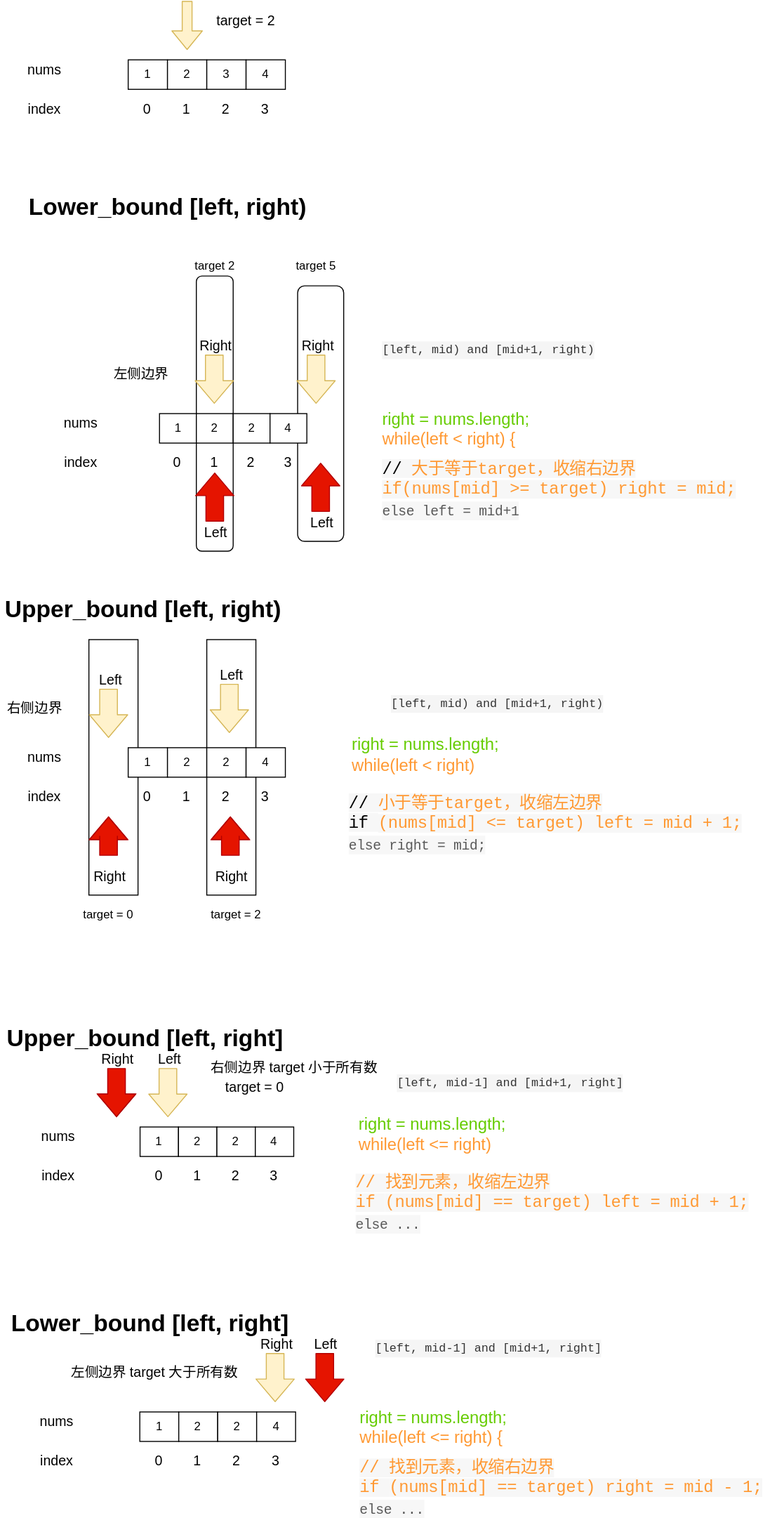
Before: algorithm/graphs/binarySearch.drawio.svg, a diagram exported from draw.io (fangzhzh/leetcode). Source tidied: cells renumbered, new cells last; positions are measured from the earlier drawing's top-left corner, leaving out a move shared by most shapes.
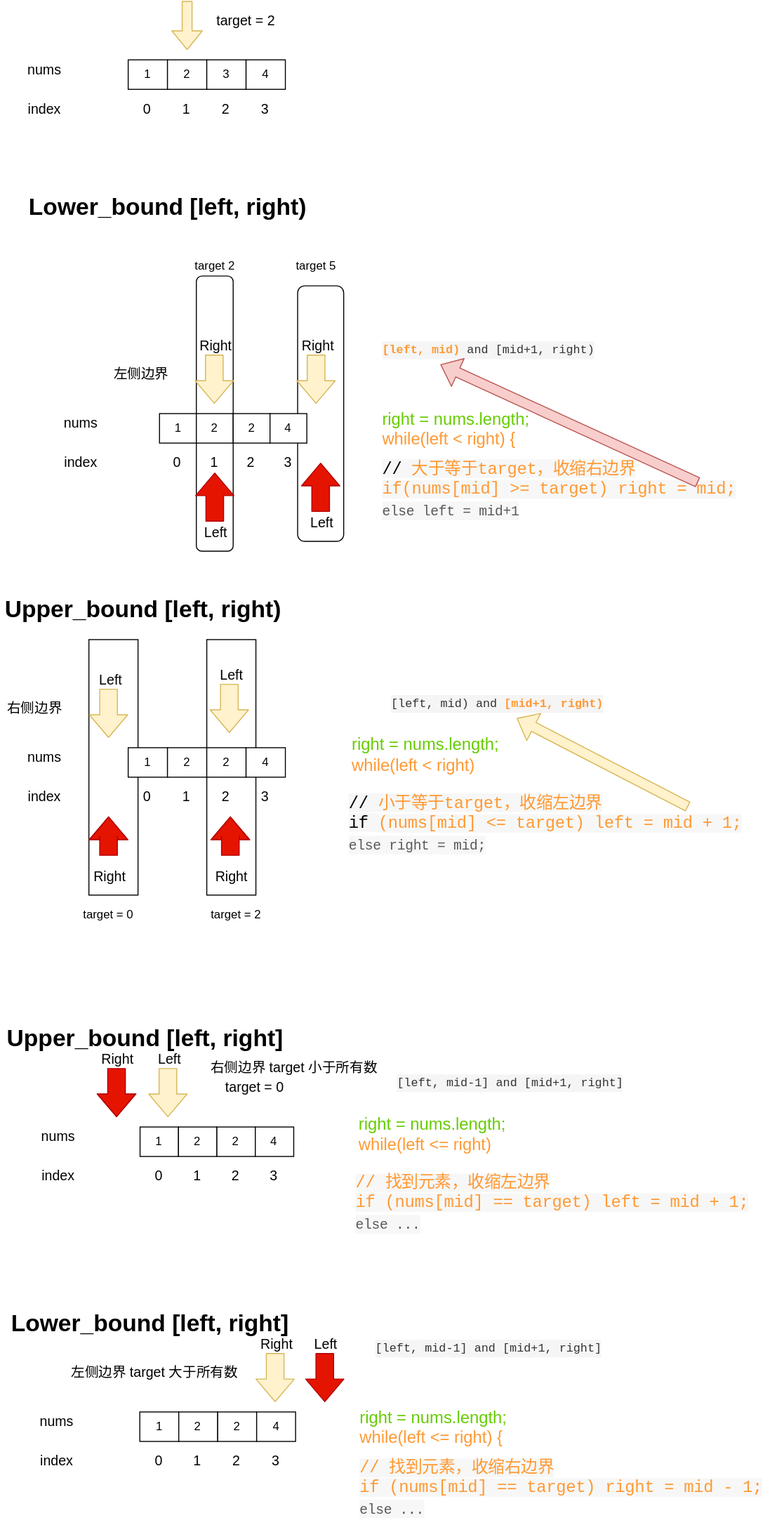
The same diagram one commit later.

The edit, as a diff of the source:
```diff
@@ -278,7 +278,7 @@
     <mxCell id="81" value="&lt;font color=&quot;#66cc00&quot;&gt;right = nums.length;&lt;br&gt;&lt;/font&gt;&lt;div&gt;&lt;span&gt;&lt;font color=&quot;#ff9933&quot;&gt;while(left &amp;lt; right)&lt;/font&gt;&lt;/span&gt;&lt;/div&gt;" style="text;html=1;strokeColor=none;fillColor=none;align=left;verticalAlign=middle;whiteSpace=wrap;rounded=0;fontSize=17;" parent="61" vertex="1">
       <mxGeometry x="355.5" y="100" width="196" height="35" as="geometry" />
     </mxCell>
-    <mxCell id="82" value="&lt;div style=&quot;color: rgb(51 , 51 , 51) ; background-color: rgb(245 , 245 , 245) ; font-family: &amp;#34;menlo&amp;#34; , &amp;#34;monaco&amp;#34; , &amp;#34;courier new&amp;#34; , monospace ; font-weight: normal ; font-size: 12px ; line-height: 18px&quot;&gt;&lt;div&gt;&lt;span style=&quot;color: #333333&quot;&gt;[left, mid) and [mid+1, right)&lt;/span&gt;&lt;/div&gt;&lt;/div&gt;" style="text;whiteSpace=wrap;html=1;fontSize=17;" parent="61" vertex="1">
+    <mxCell id="82" value="&lt;div style=&quot;background-color: rgb(245 , 245 , 245) ; font-family: &amp;#34;menlo&amp;#34; , &amp;#34;monaco&amp;#34; , &amp;#34;courier new&amp;#34; , monospace ; font-size: 12px ; line-height: 18px&quot;&gt;&lt;div&gt;&lt;font color=&quot;#333333&quot;&gt;[left, mid) and &lt;/font&gt;&lt;b&gt;&lt;font color=&quot;#ff9933&quot;&gt;[mid+1, right)&lt;/font&gt;&lt;/b&gt;&lt;/div&gt;&lt;/div&gt;" style="text;whiteSpace=wrap;html=1;fontSize=17;" parent="61" vertex="1">
       <mxGeometry x="395.5" y="50" width="260" height="30" as="geometry" />
     </mxCell>
     <mxCell id="83" value="&lt;span class=&quot;hljs-keyword&quot; style=&quot;text-indent: 0px ; box-sizing: border-box ; line-height: 19px ; text-align: justify ; background-color: rgb(247 , 247 , 247)&quot;&gt;&lt;font color=&quot;#ff9933&quot;&gt;&lt;font color=&quot;#000000&quot; face=&quot;monospace&quot;&gt;&lt;span style=&quot;letter-spacing: -0.2px&quot;&gt;// &lt;/span&gt;&lt;/font&gt;&lt;font face=&quot;monospace&quot;&gt;&lt;span style=&quot;letter-spacing: -0.2px&quot;&gt;小于等于target，收缩左边界&lt;/span&gt;&lt;/font&gt;&lt;br&gt;&lt;font color=&quot;#000000&quot; face=&quot;monospace&quot;&gt;&lt;span style=&quot;letter-spacing: -0.2px&quot;&gt;if&lt;/span&gt;&lt;/font&gt;&lt;/font&gt;&lt;/span&gt;&lt;span style=&quot;color: rgb(0 , 0 , 0) ; font-size: 17px ; font-style: normal ; font-weight: 400 ; text-indent: 0px ; text-transform: none ; word-spacing: 0px ; font-family: monospace ; letter-spacing: -0.2px ; text-align: justify ; background-color: rgb(247 , 247 , 247)&quot;&gt;&lt;font color=&quot;#ff9933&quot; style=&quot;font-size: 17px&quot;&gt;&lt;span&gt;&amp;nbsp;&lt;/span&gt;(nums[mid] &amp;lt;= target) left = mid + 1;&lt;/font&gt;&lt;br&gt;&lt;span style=&quot;color: rgb(89 , 89 , 89) ; font-size: 14px&quot;&gt;else right = mid;&lt;/span&gt;&lt;/span&gt;" style="text;whiteSpace=wrap;html=1;fontSize=17;" parent="61" vertex="1">
@@ -382,7 +382,7 @@
     <mxCell id="108" value="&lt;font color=&quot;#66cc00&quot;&gt;right = nums.length;&lt;br&gt;&lt;/font&gt;&lt;div&gt;&lt;span&gt;&lt;font color=&quot;#ff9933&quot;&gt;while(left &amp;lt; right) {&lt;/font&gt;&lt;/span&gt;&lt;/div&gt;&lt;span class=&quot;hljs-keyword&quot; style=&quot;box-sizing: border-box ; color: rgb(170 , 13 , 145) ; font-size: 14px ; line-height: 19px ; letter-spacing: -0.2px ; font-family: monospace ; text-align: justify ; background-color: rgb(247 , 247 , 247)&quot;&gt;&amp;nbsp; &amp;nbsp;&amp;nbsp;&lt;/span&gt;&lt;span style=&quot;font-family: monospace ; letter-spacing: -0.2px ; text-align: justify ; background-color: rgb(247 , 247 , 247)&quot;&gt;&lt;br&gt;&lt;/span&gt;" style="text;html=1;strokeColor=none;fillColor=none;align=left;verticalAlign=top;whiteSpace=wrap;rounded=0;fontSize=17;" parent="91" vertex="1">
       <mxGeometry x="346.9" y="90" width="183.8" height="50" as="geometry" />
     </mxCell>
-    <mxCell id="109" value="&lt;div style=&quot;color: rgb(51 , 51 , 51) ; background-color: rgb(245 , 245 , 245) ; font-family: &amp;#34;menlo&amp;#34; , &amp;#34;monaco&amp;#34; , &amp;#34;courier new&amp;#34; , monospace ; font-weight: normal ; font-size: 12px ; line-height: 18px&quot;&gt;&lt;div&gt;&lt;span style=&quot;color: #333333&quot;&gt; [left, mid) and [mid+1, right)&lt;/span&gt;&lt;/div&gt;&lt;/div&gt;" style="text;whiteSpace=wrap;html=1;fontSize=17;" parent="91" vertex="1">
+    <mxCell id="109" value="&lt;div style=&quot;background-color: rgb(245 , 245 , 245) ; font-family: &amp;#34;menlo&amp;#34; , &amp;#34;monaco&amp;#34; , &amp;#34;courier new&amp;#34; , monospace ; font-size: 12px ; line-height: 18px&quot;&gt;&lt;div&gt;&lt;b&gt;&lt;font color=&quot;#ff9933&quot;&gt; [left, mid) &lt;/font&gt;&lt;/b&gt;&lt;font color=&quot;#333333&quot;&gt;and [mid+1, right)&lt;/font&gt;&lt;/div&gt;&lt;/div&gt;" style="text;whiteSpace=wrap;html=1;fontSize=17;" parent="91" vertex="1">
       <mxGeometry x="346.9" y="20" width="243.8" height="30" as="geometry" />
     </mxCell>
     <mxCell id="110" value="&lt;span class=&quot;hljs-keyword&quot; style=&quot;text-indent: 0px ; box-sizing: border-box ; line-height: 19px ; text-align: justify ; background-color: rgb(247 , 247 , 247)&quot;&gt;&lt;font color=&quot;#ff9933&quot;&gt;&lt;font color=&quot;#000000&quot; face=&quot;monospace&quot;&gt;&lt;span style=&quot;letter-spacing: -0.2px&quot;&gt;// &lt;/span&gt;&lt;/font&gt;&lt;font face=&quot;monospace&quot;&gt;&lt;span style=&quot;letter-spacing: -0.2px&quot;&gt;大于等于target，收缩右边界&lt;/span&gt;&lt;/font&gt;&lt;br&gt;&lt;/font&gt;&lt;/span&gt;&lt;span style=&quot;font-size: 17px ; font-style: normal ; font-weight: 400 ; text-indent: 0px ; text-transform: none ; word-spacing: 0px ; font-family: monospace ; letter-spacing: -0.2px ; text-align: justify ; background-color: rgb(247 , 247 , 247) ; color: rgb(0 , 0 , 0)&quot;&gt;&lt;font color=&quot;#ff9933&quot; style=&quot;font-size: 17px&quot;&gt;if(nums[mid] &amp;gt;= target) right = mid;&lt;/font&gt;&lt;br&gt;&lt;span style=&quot;color: rgb(89 , 89 , 89) ; font-size: 14px&quot;&gt;else left = mid+1&lt;/span&gt;&lt;/span&gt;" style="text;whiteSpace=wrap;html=1;fontSize=17;" parent="91" vertex="1">
@@ -399,6 +399,11 @@
         <mxPoint x="-2" y="-25" as="offset" />
       </mxGeometry>
     </mxCell>
+    <mxCell id="122" style="shape=flexArrow;endArrow=classic;html=1;entryX=0.25;entryY=1;entryDx=0;entryDy=0;fillColor=#f8cecc;strokeColor=#b85450;" parent="91" edge="1" target="109">
+      <mxGeometry relative="1" as="geometry">
+        <mxPoint x="670" y="170" as="sourcePoint" />
+      </mxGeometry>
+    </mxCell>
     <mxCell id="113" style="shape=flexArrow;endArrow=classic;html=1;fillColor=#fff2cc;strokeColor=#d6b656;width=18;endSize=7.33;" parent="89" edge="1">
       <mxGeometry relative="1" as="geometry">
         <mxPoint x="177.7" y="100" as="sourcePoint" />
@@ -436,5 +441,10 @@
     <mxCell id="121" value="target = 2" style="text;html=1;strokeColor=none;fillColor=none;align=center;verticalAlign=middle;whiteSpace=wrap;rounded=0;" parent="1" vertex="1">
       <mxGeometry x="210" y="920" width="60" height="20" as="geometry" />
     </mxCell>
+    <mxCell id="123" style="shape=flexArrow;endArrow=classic;html=1;entryX=0.5;entryY=1;entryDx=0;entryDy=0;fillColor=#fff2cc;strokeColor=#d6b656;" parent="1" edge="1" target="82">
+      <mxGeometry relative="1" as="geometry">
+        <mxPoint x="700" y="820" as="sourcePoint" />
+      </mxGeometry>
+    </mxCell>
   </root>
 </mxGraphModel>
```
